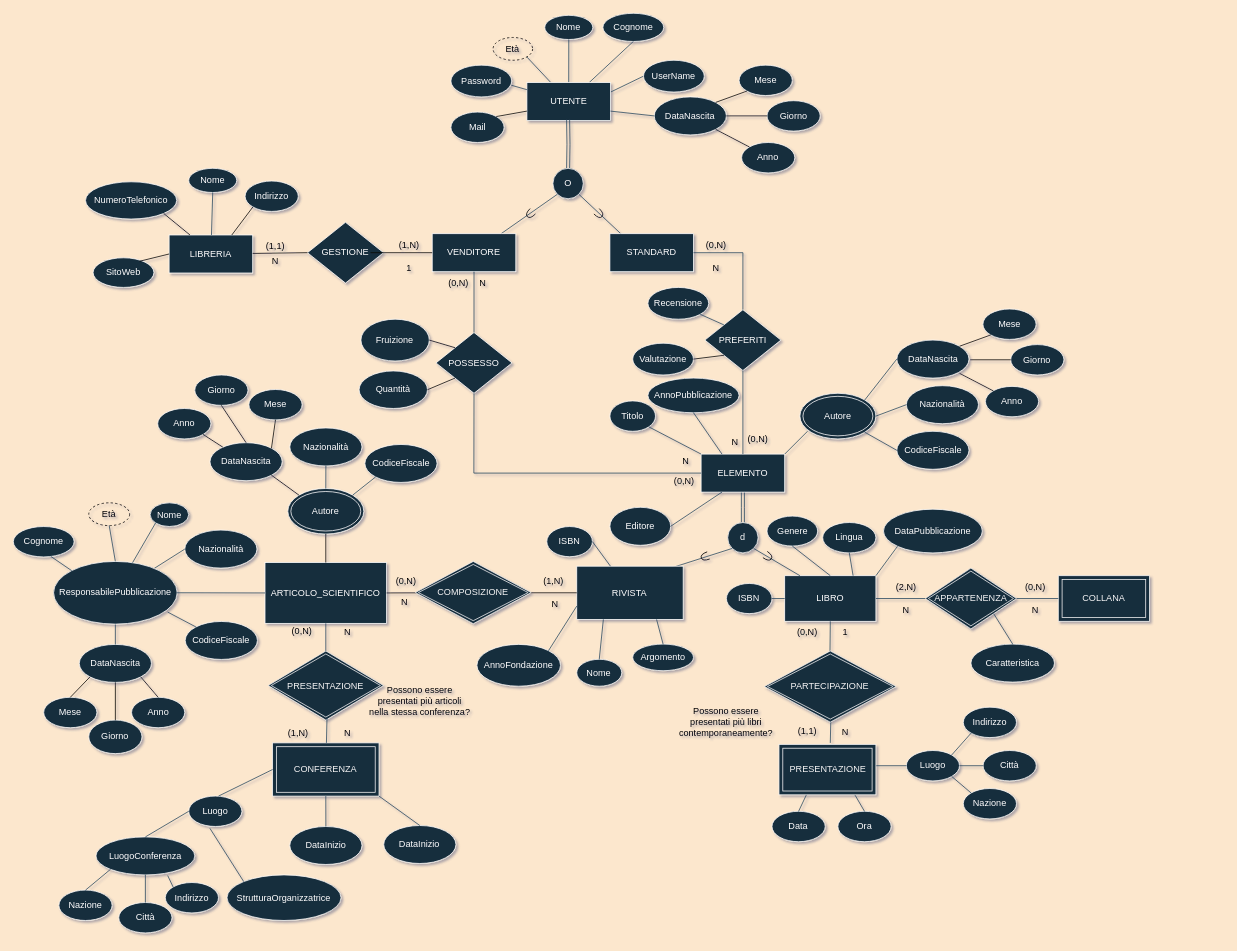
Giovk/Sistema-di-una-Bibleoteca-Digitale keeps this draw.io diagram as diagrammaER_v1.2.2.drawio. Above is the earlier version. Source tidied: cells renumbered, new cells numbered last; positions are measured from the earlier drawing's top-left corner, leaving out a move shared by most shapes. Both pictures are drawn from the tidied source at 76%, with x=0, y=0 at pixel (13, 13).
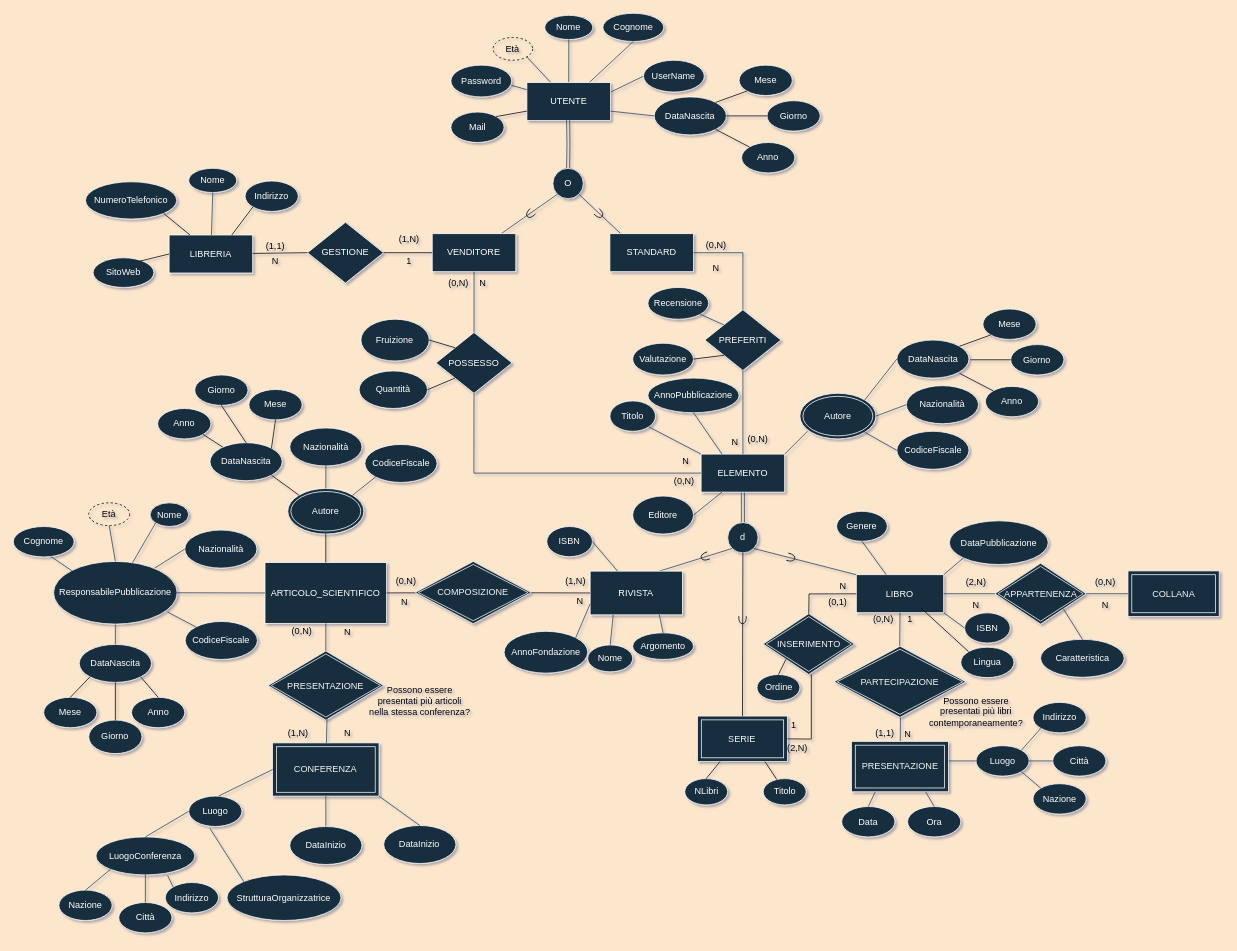
After the change.

The change refers to these unchanged cells:
```xml
<mxCell id="31" value="d" style="ellipse;whiteSpace=wrap;html=1;fillColor=#182E3E;strokeColor=#FFFFFF;fontColor=#FFFFFF;" parent="1" vertex="1">
  <mxGeometry x="940" y="670" width="40" height="40" as="geometry" />
</mxCell>
<mxCell id="119" value="VENDITORE" style="rounded=0;whiteSpace=wrap;html=1;fillColor=#182E3E;strokeColor=#FFFFFF;fontColor=#FFFFFF;" parent="1" vertex="1">
  <mxGeometry x="551.2" y="290" width="110" height="50" as="geometry" />
</mxCell>
<mxCell id="133" value="GESTIONE" style="rhombus;whiteSpace=wrap;html=1;fillColor=#182E3E;strokeColor=#FFFFFF;fontColor=#FFFFFF;" parent="1" vertex="1">
  <mxGeometry x="387.1" y="275" width="100" height="80" as="geometry" />
</mxCell>
```

Diff of the diagram source:
```diff
@@
     <mxCell id="5" value="LIBRO" style="rounded=0;whiteSpace=wrap;html=1;fillColor=#182E3E;strokeColor=#FFFFFF;fontColor=#FFFFFF;" parent="1" vertex="1">
-      <mxGeometry x="1015" y="740" width="120" height="60" as="geometry" />
+      <mxGeometry x="1109.2" y="738.7" width="115" height="50" as="geometry" />
     </mxCell>
@@
     <mxCell id="16" value="Editore" style="ellipse;whiteSpace=wrap;html=1;fillColor=#182E3E;strokeColor=#FFFFFF;fontColor=#FFFFFF;" parent="1" vertex="1">
-      <mxGeometry x="785" y="650" width="80" height="50" as="geometry" />
+      <mxGeometry x="815" y="635.2" width="80" height="50" as="geometry" />
     </mxCell>
@@
     <mxCell id="19" value="DataPubblicazione" style="ellipse;whiteSpace=wrap;html=1;fillColor=#182E3E;strokeColor=#FFFFFF;fontColor=#FFFFFF;" parent="1" vertex="1">
-      <mxGeometry x="1145" y="652.5" width="130" height="57.5" as="geometry" />
+      <mxGeometry x="1231.7" y="667.8" width="130" height="57.5" as="geometry" />
     </mxCell>
     <mxCell id="20" value="Luogo" style="ellipse;whiteSpace=wrap;html=1;fillColor=#182E3E;strokeColor=#FFFFFF;fontColor=#FFFFFF;" parent="1" vertex="1">
-      <mxGeometry x="1175" y="970" width="70" height="40" as="geometry" />
+      <mxGeometry x="1266.7" y="963.7" width="70" height="40" as="geometry" />
     </mxCell>
     <mxCell id="21" value="COLLANA" style="shape=ext;margin=3;double=1;whiteSpace=wrap;html=1;align=center;fillStyle=auto;strokeColor=#F5F5F5;fontColor=#F5F5F5;fillColor=#182E3E;" parent="1" vertex="1">
-      <mxGeometry x="1375" y="740" width="120" height="60" as="geometry" />
+      <mxGeometry x="1466.7" y="733.7" width="120" height="60" as="geometry" />
     </mxCell>
     <mxCell id="22" value="&lt;font color=&quot;#f5f5f5&quot;&gt;APPARTENENZA&lt;/font&gt;" style="shape=rhombus;double=1;perimeter=rhombusPerimeter;whiteSpace=wrap;html=1;align=center;fillColor=#182E3E;fillStyle=auto;strokeColor=#F5F5F5;" parent="1" vertex="1">
-      <mxGeometry x="1200" y="730" width="120" height="80" as="geometry" />
+      <mxGeometry x="1291.7" y="723.7" width="120" height="80" as="geometry" />
     </mxCell>
@@
     <mxCell id="24" value="N" style="text;html=1;strokeColor=none;fillColor=none;align=center;verticalAlign=middle;whiteSpace=wrap;rounded=0;fontColor=#000000;" parent="1" vertex="1">
-      <mxGeometry x="1315" y="770" width="60" height="30" as="geometry" />
+      <mxGeometry x="1406.7" y="763.7" width="60" height="30" as="geometry" />
     </mxCell>
     <mxCell id="25" value="N" style="text;html=1;strokeColor=none;fillColor=none;align=center;verticalAlign=middle;whiteSpace=wrap;rounded=0;fontColor=#000000;" parent="1" vertex="1">
-      <mxGeometry x="1145" y="770" width="60" height="30" as="geometry" />
+      <mxGeometry x="1236.7" y="763.7" width="60" height="30" as="geometry" />
     </mxCell>
     <mxCell id="26" value="(2,N)" style="text;html=1;strokeColor=none;fillColor=none;align=center;verticalAlign=middle;whiteSpace=wrap;rounded=0;fontColor=#000000;" parent="1" vertex="1">
-      <mxGeometry x="1145" y="740" width="60" height="30" as="geometry" />
+      <mxGeometry x="1236.7" y="733.7" width="60" height="30" as="geometry" />
     </mxCell>
     <mxCell id="27" value="(0,N)" style="text;html=1;strokeColor=none;fillColor=none;align=center;verticalAlign=middle;whiteSpace=wrap;rounded=0;fontColor=#000000;" parent="1" vertex="1">
-      <mxGeometry x="1315" y="740" width="60" height="30" as="geometry" />
+      <mxGeometry x="1406.7" y="733.7" width="60" height="30" as="geometry" />
     </mxCell>
     <mxCell id="28" value="Data" style="ellipse;whiteSpace=wrap;html=1;fillColor=#182E3E;strokeColor=#FFFFFF;fontColor=#FFFFFF;" parent="1" vertex="1">
-      <mxGeometry x="998.3" y="1050" width="70" height="40" as="geometry" />
+      <mxGeometry x="1090" y="1043.7" width="70" height="40" as="geometry" />
     </mxCell>
     <mxCell id="29" style="endArrow=none;html=1;rounded=0;entryX=0;entryY=0.5;entryDx=0;entryDy=0;exitX=1;exitY=0.5;exitDx=0;exitDy=0;labelBackgroundColor=#FCE7CD;strokeColor=#23445D;fontColor=#000000;" parent="1" edge="1" target="20">
       <mxGeometry relative="1" as="geometry">
-        <mxPoint x="1130" y="990" as="sourcePoint" />
+        <mxPoint x="1221.7" y="983.7" as="sourcePoint" />
       </mxGeometry>
     </mxCell>
     <mxCell id="30" style="endArrow=none;html=1;rounded=0;exitX=0.5;exitY=0;exitDx=0;exitDy=0;entryX=0.25;entryY=1;entryDx=0;entryDy=0;labelBackgroundColor=#FCE7CD;strokeColor=#23445D;" parent="1" edge="1" source="28">
       <mxGeometry relative="1" as="geometry">
-        <mxPoint x="1047.5" y="1020" as="targetPoint" />
+        <mxPoint x="1139.2" y="1013.7" as="targetPoint" />
       </mxGeometry>
     </mxCell>
@@
-    <mxCell id="32" style="endArrow=none;html=1;rounded=0;entryX=1;entryY=1;entryDx=0;entryDy=0;exitX=0.167;exitY=0;exitDx=0;exitDy=0;startArrow=none;exitPerimeter=0;labelBackgroundColor=#FCE7CD;strokeColor=#23445D;" parent="1" edge="1" source="5" target="31">
+    <mxCell id="32" style="endArrow=none;html=1;rounded=0;entryX=1;entryY=1;entryDx=0;entryDy=0;startArrow=none;labelBackgroundColor=#FCE7CD;strokeColor=#23445D;exitX=0;exitY=0;exitDx=0;exitDy=0;" parent="1" edge="1" source="5" target="31">
       <mxGeometry relative="1" as="geometry" />
     </mxCell>
-    <mxCell id="33" style="endArrow=none;html=1;rounded=0;entryX=0;entryY=1;entryDx=0;entryDy=0;labelBackgroundColor=#FCE7CD;strokeColor=#23445D;" parent="1" edge="1" target="31">
-      <mxGeometry relative="1" as="geometry">
-        <mxPoint x="865" y="730" as="sourcePoint" />
-      </mxGeometry>
+    <mxCell id="33" style="endArrow=none;html=1;rounded=0;entryX=0;entryY=1;entryDx=0;entryDy=0;labelBackgroundColor=#FCE7CD;strokeColor=#23445D;exitX=0.75;exitY=0;exitDx=0;exitDy=0;" parent="1" edge="1" source="60" target="31">
+      <mxGeometry relative="1" as="geometry" />
     </mxCell>
     <mxCell id="34" style="endArrow=none;html=1;rounded=0;entryX=0.5;entryY=1;entryDx=0;entryDy=0;labelBackgroundColor=#FCE7CD;strokeColor=#23445D;fontColor=#000000;" parent="1" edge="1" target="5">
       <mxGeometry relative="1" as="geometry">
-        <mxPoint x="1074.6" y="840" as="sourcePoint" />
+        <mxPoint x="1166.3" y="833.7" as="sourcePoint" />
       </mxGeometry>
     </mxCell>
-    <mxCell id="35" style="endArrow=none;html=1;rounded=0;entryX=0.51;entryY=0.968;entryDx=0;entryDy=0;entryPerimeter=0;exitX=0.5;exitY=0;exitDx=0;exitDy=0;labelBackgroundColor=#FCE7CD;strokeColor=#23445D;fontColor=#000000;" parent="1" edge="1">
+    <mxCell id="35" style="endArrow=none;html=1;rounded=0;entryX=0.51;entryY=0.968;entryDx=0;entryDy=0;entryPerimeter=0;labelBackgroundColor=#FCE7CD;strokeColor=#23445D;fontColor=#000000;" parent="1" edge="1" source="210">
       <mxGeometry relative="1" as="geometry">
-        <mxPoint x="1075" y="960" as="sourcePoint" />
-        <mxPoint x="1075.7" y="928.1" as="targetPoint" />
+        <mxPoint x="1167.4" y="921.8" as="targetPoint" />
       </mxGeometry>
     </mxCell>
     <mxCell id="36" value="N" style="text;html=1;strokeColor=none;fillColor=none;align=center;verticalAlign=middle;whiteSpace=wrap;rounded=0;fontColor=#000000;" parent="1" vertex="1">
-      <mxGeometry x="1065" y="931" width="60" height="30" as="geometry" />
+      <mxGeometry x="1146.7" y="933.7" width="60" height="30" as="geometry" />
     </mxCell>
     <mxCell id="37" value="1" style="text;html=1;strokeColor=none;fillColor=none;align=center;verticalAlign=middle;whiteSpace=wrap;rounded=0;fontColor=#000000;" parent="1" vertex="1">
-      <mxGeometry x="1065" y="800" width="60" height="30" as="geometry" />
+      <mxGeometry x="1150" y="783.2" width="60" height="30" as="geometry" />
     </mxCell>
     <mxCell id="38" value="(0,N)" style="text;html=1;strokeColor=none;fillColor=none;align=center;verticalAlign=middle;whiteSpace=wrap;rounded=0;fontColor=#000000;" parent="1" vertex="1">
-      <mxGeometry x="1015" y="800" width="60" height="30" as="geometry" />
+      <mxGeometry x="1115" y="783.2" width="60" height="30" as="geometry" />
     </mxCell>
     <mxCell id="39" value="(1,1)" style="text;html=1;strokeColor=none;fillColor=none;align=center;verticalAlign=middle;whiteSpace=wrap;rounded=0;fontColor=#000000;" parent="1" vertex="1">
-      <mxGeometry x="1015" y="930" width="60" height="30" as="geometry" />
+      <mxGeometry x="1116.7" y="932.7" width="60" height="30" as="geometry" />
     </mxCell>
@@
-    <mxCell id="50" style="shape=requiredInterface;html=1;verticalLabelPosition=bottom;sketch=0;strokeColor=#000000;fontColor=#000000;fillColor=none;rotation=35;" parent="1" vertex="1">
-      <mxGeometry x="988.3" y="710" width="10" height="10" as="geometry" />
+    <mxCell id="50" style="shape=requiredInterface;html=1;verticalLabelPosition=bottom;sketch=0;strokeColor=#000000;fontColor=#000000;fillColor=none;rotation=15;" parent="1" vertex="1">
+      <mxGeometry x="1018.3" y="711.3" width="10" height="10" as="geometry" />
     </mxCell>
@@
     <mxCell id="52" value="Lingua" style="ellipse;whiteSpace=wrap;html=1;fillColor=#182E3E;strokeColor=#FFFFFF;fontColor=#FFFFFF;" parent="1" vertex="1">
-      <mxGeometry x="1065" y="670" width="70" height="40" as="geometry" />
+      <mxGeometry x="1246.7" y="834.1" width="70" height="40" as="geometry" />
     </mxCell>
-    <mxCell id="53" style="endArrow=none;html=1;rounded=0;strokeColor=#23445D;fontColor=#000000;entryX=0.5;entryY=1;entryDx=0;entryDy=0;exitX=0.75;exitY=0;exitDx=0;exitDy=0;" parent="1" edge="1" source="5" target="52">
-      <mxGeometry relative="1" as="geometry" />
-    </mxCell>
     <mxCell id="54" value="Genere" style="ellipse;whiteSpace=wrap;html=1;fillColor=#182E3E;strokeColor=#FFFFFF;fontColor=#FFFFFF;" parent="1" vertex="1">
-      <mxGeometry x="991.7" y="661.6" width="66.7" height="39.4" as="geometry" />
+      <mxGeometry x="1083.3" y="655.3" width="66.7" height="39.4" as="geometry" />
     </mxCell>
-    <mxCell id="55" style="endArrow=none;html=1;rounded=0;strokeColor=#23445D;fontColor=#000000;entryX=0.5;entryY=1;entryDx=0;entryDy=0;exitX=0.5;exitY=0;exitDx=0;exitDy=0;" parent="1" edge="1" source="5" target="54">
+    <mxCell id="55" style="endArrow=none;html=1;rounded=0;strokeColor=#23445D;fontColor=#000000;entryX=0.5;entryY=1;entryDx=0;entryDy=0;" parent="1" edge="1" source="5" target="54">
       <mxGeometry relative="1" as="geometry" />
     </mxCell>
     <mxCell id="56" value="ISBN" style="ellipse;whiteSpace=wrap;html=1;fillColor=#182E3E;strokeColor=#FFFFFF;fontColor=#FFFFFF;" parent="1" vertex="1">
-      <mxGeometry x="938.3" y="750.2" width="60" height="39.7" as="geometry" />
+      <mxGeometry x="1251.7" y="788.9" width="60" height="39.7" as="geometry" />
     </mxCell>
-    <mxCell id="57" style="endArrow=none;html=1;rounded=0;strokeColor=#23445D;fontColor=#000000;exitX=1;exitY=0.5;exitDx=0;exitDy=0;entryX=0;entryY=0.5;entryDx=0;entryDy=0;" parent="1" edge="1" source="56" target="5">
+    <mxCell id="57" style="endArrow=none;html=1;rounded=0;strokeColor=#23445D;fontColor=#000000;exitX=0;exitY=0.5;exitDx=0;exitDy=0;entryX=1;entryY=1;entryDx=0;entryDy=0;" parent="1" edge="1" source="56" target="5">
       <mxGeometry relative="1" as="geometry" />
     </mxCell>
     <mxCell id="58" value="Ora" style="ellipse;whiteSpace=wrap;html=1;fillColor=#182E3E;strokeColor=#FFFFFF;fontColor=#FFFFFF;" parent="1" vertex="1">
-      <mxGeometry x="1085" y="1050" width="70" height="40" as="geometry" />
+      <mxGeometry x="1176.7" y="1043.7" width="70" height="40" as="geometry" />
     </mxCell>
     <mxCell id="59" style="endArrow=none;html=1;rounded=0;exitX=0.5;exitY=0;exitDx=0;exitDy=0;entryX=0.75;entryY=1;entryDx=0;entryDy=0;labelBackgroundColor=#FCE7CD;strokeColor=#23445D;" parent="1" edge="1" source="58">
       <mxGeometry relative="1" as="geometry">
-        <mxPoint x="1102.5" y="1020" as="targetPoint" />
+        <mxPoint x="1194.2" y="1013.7" as="targetPoint" />
       </mxGeometry>
     </mxCell>
     <mxCell id="60" value="RIVISTA" style="rounded=0;whiteSpace=wrap;html=1;fillColor=#182E3E;strokeColor=#FFFFFF;fontColor=#FFFFFF;" parent="1" vertex="1">
-      <mxGeometry x="741.4" y="727.5" width="140" height="70" as="geometry" />
+      <mxGeometry x="759" y="734" width="121.4" height="57.5" as="geometry" />
     </mxCell>
@@
     <mxCell id="62" value="Nome" style="ellipse;whiteSpace=wrap;html=1;fillColor=#182E3E;strokeColor=#FFFFFF;fontColor=#FFFFFF;" parent="1" vertex="1">
-      <mxGeometry x="741.4" y="850" width="59.2" height="35.4" as="geometry" />
+      <mxGeometry x="755.8" y="831.1" width="59.2" height="35.4" as="geometry" />
     </mxCell>
@@
     <mxCell id="64" value="Argomento" style="ellipse;whiteSpace=wrap;html=1;fillColor=#182E3E;strokeColor=#FFFFFF;fontColor=#FFFFFF;" parent="1" vertex="1">
-      <mxGeometry x="815" y="830" width="80" height="35" as="geometry" />
+      <mxGeometry x="815" y="815.2" width="80" height="35" as="geometry" />
     </mxCell>
@@
     <mxCell id="66" value="AnnoFondazione" style="ellipse;whiteSpace=wrap;html=1;fillColor=#182E3E;strokeColor=#FFFFFF;fontColor=#FFFFFF;" parent="1" vertex="1">
-      <mxGeometry x="610" y="830.4" width="110" height="55" as="geometry" />
+      <mxGeometry x="645.8" y="813.2" width="110" height="55" as="geometry" />
     </mxCell>
@@
     <mxCell id="98" value="Caratteristica" style="ellipse;whiteSpace=wrap;html=1;fillColor=#182E3E;strokeColor=#FFFFFF;fontColor=#FFFFFF;" parent="1" vertex="1">
-      <mxGeometry x="1260" y="830" width="110" height="50" as="geometry" />
+      <mxGeometry x="1351.7" y="823.7" width="110" height="50" as="geometry" />
     </mxCell>
@@
-    <mxCell id="136" style="endArrow=none;html=1;rounded=0;entryX=0;entryY=0.5;entryDx=0;entryDy=0;" parent="1" edge="1" target="119">
-      <mxGeometry relative="1" as="geometry">
-        <mxPoint x="470" y="315" as="sourcePoint" />
-      </mxGeometry>
+    <mxCell id="136" style="endArrow=none;html=1;rounded=0;entryX=0;entryY=0.5;entryDx=0;entryDy=0;exitX=1;exitY=0.5;exitDx=0;exitDy=0;" parent="1" edge="1" source="133" target="119">
+      <mxGeometry relative="1" as="geometry" />
     </mxCell>
@@
     <mxCell id="138" value="(1,N)" style="text;html=1;strokeColor=none;fillColor=none;align=center;verticalAlign=middle;whiteSpace=wrap;rounded=0;" parent="1" vertex="1">
-      <mxGeometry x="491.2" y="290" width="60" height="30" as="geometry" />
+      <mxGeometry x="491.2" y="281.7" width="60" height="30" as="geometry" />
     </mxCell>
@@
     <mxCell id="140" value="1" style="text;html=1;strokeColor=none;fillColor=none;align=center;verticalAlign=middle;whiteSpace=wrap;rounded=0;fontColor=#000000;" parent="1" vertex="1">
-      <mxGeometry x="491.2" y="320" width="60" height="30" as="geometry" />
+      <mxGeometry x="491.2" y="311.7" width="60" height="30" as="geometry" />
     </mxCell>
@@
     <mxCell id="154" value="Nazione" style="ellipse;whiteSpace=wrap;html=1;fillColor=#182E3E;strokeColor=#FFFFFF;fontColor=#FFFFFF;" parent="1" vertex="1">
-      <mxGeometry x="1250" y="1020" width="70" height="40" as="geometry" />
+      <mxGeometry x="1341.7" y="1013.7" width="70" height="40" as="geometry" />
     </mxCell>
@@
     <mxCell id="156" value="Città" style="ellipse;whiteSpace=wrap;html=1;fillColor=#182E3E;strokeColor=#FFFFFF;fontColor=#FFFFFF;" parent="1" vertex="1">
-      <mxGeometry x="1276" y="970" width="70" height="40" as="geometry" />
+      <mxGeometry x="1367.7" y="963.7" width="70" height="40" as="geometry" />
     </mxCell>
@@
     <mxCell id="158" value="Indirizzo" style="ellipse;whiteSpace=wrap;html=1;fillColor=#182E3E;strokeColor=#FFFFFF;fontColor=#FFFFFF;" parent="1" vertex="1">
-      <mxGeometry x="1250" y="913" width="70" height="40" as="geometry" />
+      <mxGeometry x="1341.7" y="906.7" width="70" height="40" as="geometry" />
     </mxCell>
@@
     <mxCell id="205" value="(1,N)" style="text;html=1;strokeColor=none;fillColor=none;align=center;verticalAlign=middle;whiteSpace=wrap;rounded=0;fontColor=#000000;" parent="1" vertex="1">
-      <mxGeometry x="681.4" y="732.7" width="60" height="30" as="geometry" />
+      <mxGeometry x="710" y="732.7" width="60" height="30" as="geometry" />
     </mxCell>
     <mxCell id="206" value="N" style="text;html=1;strokeColor=none;fillColor=none;align=center;verticalAlign=middle;whiteSpace=wrap;rounded=0;fontColor=#000000;" parent="1" vertex="1">
-      <mxGeometry x="683.3" y="762.7" width="60" height="30" as="geometry" />
+      <mxGeometry x="715.8" y="758.7" width="60" height="30" as="geometry" />
     </mxCell>
     <mxCell id="207" value="Possono essere presentati più libri contemporaneamente?" style="text;html=1;strokeColor=none;fillColor=none;align=center;verticalAlign=middle;whiteSpace=wrap;rounded=0;" parent="1" vertex="1">
-      <mxGeometry x="869.2" y="898" width="138.3" height="70" as="geometry" />
+      <mxGeometry x="1198.3" y="883.7" width="138.3" height="70" as="geometry" />
     </mxCell>
@@
     <mxCell id="209" value="&lt;font color=&quot;#f5f5f5&quot;&gt;PARTECIPAZIONE&lt;/font&gt;" style="shape=rhombus;double=1;perimeter=rhombusPerimeter;whiteSpace=wrap;html=1;align=center;fillColor=#182E3E;fillStyle=auto;strokeColor=#F5F5F5;" parent="1" vertex="1">
-      <mxGeometry x="988.3" y="839" width="173.3" height="93.7" as="geometry" />
+      <mxGeometry x="1080" y="832.7" width="173.3" height="93.7" as="geometry" />
     </mxCell>
     <mxCell id="210" value="PRESENTAZIONE" style="shape=ext;margin=3;double=1;whiteSpace=wrap;html=1;align=center;fillStyle=auto;strokeColor=#F5F5F5;fontColor=#F5F5F5;fillColor=#182E3E;" parent="1" vertex="1">
-      <mxGeometry x="1007.5" y="962" width="127.5" height="66.3" as="geometry" />
+      <mxGeometry x="1102.9" y="958" width="127.5" height="66.3" as="geometry" />
     </mxCell>
@@
+    <mxCell id="212" value="SERIE" style="shape=ext;margin=3;double=1;whiteSpace=wrap;html=1;align=center;fillStyle=auto;strokeColor=#F5F5F5;fontColor=#F5F5F5;fillColor=#182E3E;" parent="1" vertex="1">
+      <mxGeometry x="900.3" y="924.7" width="118.3" height="59.9" as="geometry" />
+    </mxCell>
+    <mxCell id="213" value="&lt;font color=&quot;#f5f5f5&quot;&gt;INSERIMENTO&lt;/font&gt;" style="shape=rhombus;double=1;perimeter=rhombusPerimeter;whiteSpace=wrap;html=1;align=center;fillColor=#182E3E;fillStyle=auto;strokeColor=#F5F5F5;" parent="1" vertex="1">
+      <mxGeometry x="986.7" y="789.9" width="120" height="80" as="geometry" />
+    </mxCell>
+    <mxCell id="214" style="endArrow=none;html=1;rounded=0;entryX=0.5;entryY=0;entryDx=0;entryDy=0;" parent="1" edge="1" source="5" target="213">
+      <mxGeometry relative="1" as="geometry">
+        <Array as="points">
+          <mxPoint x="1047" y="764" />
+        </Array>
+      </mxGeometry>
+    </mxCell>
+    <mxCell id="215" style="endArrow=none;html=1;rounded=0;entryX=0;entryY=0;entryDx=0;entryDy=0;exitX=0.75;exitY=0;exitDx=0;exitDy=0;" parent="1" edge="1" source="37" target="52">
+      <mxGeometry relative="1" as="geometry" />
+    </mxCell>
+    <mxCell id="216" style="endArrow=none;html=1;rounded=0;exitX=0.5;exitY=0;exitDx=0;exitDy=0;entryX=0.5;entryY=1;entryDx=0;entryDy=0;" parent="1" edge="1" source="212" target="31">
+      <mxGeometry relative="1" as="geometry" />
+    </mxCell>
+    <mxCell id="217" style="endArrow=none;html=1;rounded=0;exitX=1;exitY=0.5;exitDx=0;exitDy=0;" parent="1" edge="1" source="212">
+      <mxGeometry relative="1" as="geometry">
+        <mxPoint x="1050" y="870" as="targetPoint" />
+        <Array as="points">
+          <mxPoint x="1050" y="955" />
+        </Array>
+      </mxGeometry>
+    </mxCell>
+    <mxCell id="218" value="N" style="text;html=1;strokeColor=none;fillColor=none;align=center;verticalAlign=middle;whiteSpace=wrap;rounded=0;fontColor=#000000;" parent="1" vertex="1">
+      <mxGeometry x="1061.7" y="738.7" width="60" height="30" as="geometry" />
+    </mxCell>
+    <mxCell id="219" value="1" style="text;html=1;strokeColor=none;fillColor=none;align=center;verticalAlign=middle;whiteSpace=wrap;rounded=0;fontColor=#000000;" parent="1" vertex="1">
+      <mxGeometry x="996.7" y="922.1" width="60" height="30" as="geometry" />
+    </mxCell>
+    <mxCell id="220" style="shape=requiredInterface;html=1;verticalLabelPosition=bottom;sketch=0;strokeColor=#000000;fontColor=#000000;fillColor=none;rotation=90;" parent="1" vertex="1">
+      <mxGeometry x="954.5" y="793.2" width="10" height="10" as="geometry" />
+    </mxCell>
+    <mxCell id="221" value="Ordine" style="ellipse;whiteSpace=wrap;html=1;fillColor=#182E3E;strokeColor=#FFFFFF;fontColor=#FFFFFF;" parent="1" vertex="1">
+      <mxGeometry x="978.5" y="870" width="56.5" height="34.6" as="geometry" />
+    </mxCell>
+    <mxCell id="222" style="endArrow=none;html=1;rounded=0;entryX=0;entryY=1;entryDx=0;entryDy=0;exitX=0.5;exitY=0;exitDx=0;exitDy=0;" parent="1" edge="1" source="221" target="213">
+      <mxGeometry relative="1" as="geometry" />
+    </mxCell>
+    <mxCell id="223" value="Titolo" style="ellipse;whiteSpace=wrap;html=1;fillColor=#182E3E;strokeColor=#FFFFFF;fontColor=#FFFFFF;" parent="1" vertex="1">
+      <mxGeometry x="986.7" y="1007" width="56.5" height="34.6" as="geometry" />
+    </mxCell>
+    <mxCell id="224" style="endArrow=none;html=1;rounded=0;entryX=0.75;entryY=1;entryDx=0;entryDy=0;" parent="1" edge="1" source="223" target="212">
+      <mxGeometry relative="1" as="geometry" />
+    </mxCell>
+    <mxCell id="225" value="NLibri" style="ellipse;whiteSpace=wrap;html=1;fillColor=#182E3E;strokeColor=#FFFFFF;fontColor=#FFFFFF;" parent="1" vertex="1">
+      <mxGeometry x="883.5" y="1007" width="56.5" height="34.6" as="geometry" />
+    </mxCell>
+    <mxCell id="226" style="endArrow=none;html=1;rounded=0;exitX=0.5;exitY=0;exitDx=0;exitDy=0;entryX=0.25;entryY=1;entryDx=0;entryDy=0;" parent="1" edge="1" source="225" target="212">
+      <mxGeometry relative="1" as="geometry" />
+    </mxCell>
+    <mxCell id="227" value="(0,1)" style="text;html=1;strokeColor=none;fillColor=none;align=center;verticalAlign=middle;whiteSpace=wrap;rounded=0;fontColor=#000000;" parent="1" vertex="1">
+      <mxGeometry x="1055" y="759.9" width="60" height="30" as="geometry" />
+    </mxCell>
+    <mxCell id="228" value="(2,N)" style="text;html=1;strokeColor=none;fillColor=none;align=center;verticalAlign=middle;whiteSpace=wrap;rounded=0;fontColor=#000000;" parent="1" vertex="1">
+      <mxGeometry x="1001.7" y="952.1" width="60" height="30" as="geometry" />
+    </mxCell>
```
